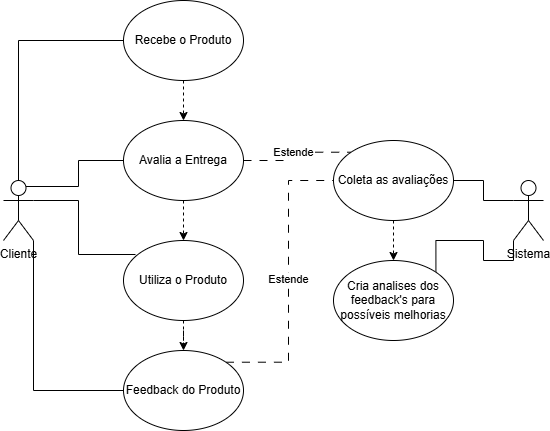
Above: A1/users-cases/Fluxo feedback.png in phbrugnolo/software-architecture (draw.io), before the change. Source tidied: cells renumbered, new cells last; positions are measured from the earlier drawing's top-left corner, leaving out a move shared by most shapes.
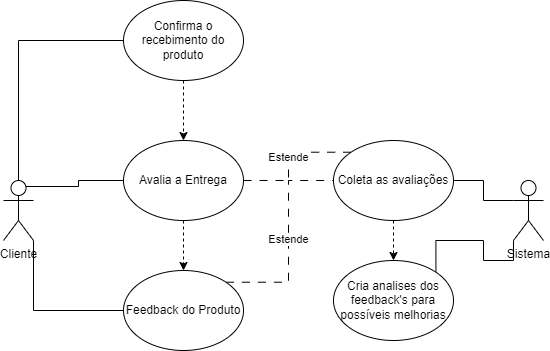
After the commit.

Commit message:
Ajustes nos fluxogramas

What changed in the source:
```diff
@@ -17,33 +17,24 @@
     <mxCell id="6" style="edgeStyle=orthogonalEdgeStyle;rounded=0;jettySize=auto;html=1;dashed=1;" parent="1" edge="1" source="7" target="10">
       <mxGeometry relative="1" as="geometry" />
     </mxCell>
-    <mxCell id="7" value="Recebe o Produto" style="ellipse;whiteSpace=wrap;html=1;" parent="1" vertex="1">
+    <mxCell id="7" value="Confirma o recebimento do produto" style="ellipse;whiteSpace=wrap;html=1;" parent="1" vertex="1">
       <mxGeometry x="120" width="120" height="80" as="geometry" />
     </mxCell>
-    <mxCell id="8" style="edgeStyle=orthogonalEdgeStyle;rounded=0;jettySize=auto;html=1;endArrow=classic;endFill=1;dashed=1;" parent="1" edge="1" source="10" target="12">
+    <mxCell id="8" style="edgeStyle=orthogonalEdgeStyle;rounded=0;jettySize=auto;html=1;endArrow=classic;endFill=1;dashed=1;entryX=0.5;entryY=0;entryDx=0;entryDy=0;" parent="1" edge="1" source="10" target="14">
       <mxGeometry relative="1" as="geometry" />
     </mxCell>
     <mxCell id="9" value="Estende" style="edgeStyle=orthogonalEdgeStyle;rounded=0;jettySize=auto;html=1;exitX=1;exitY=0.5;exitDx=0;exitDy=0;entryX=0;entryY=0;entryDx=0;entryDy=0;dashed=1;dashPattern=8 8;endArrow=none;endFill=0;" parent="1" edge="1" source="10" target="20">
       <mxGeometry relative="1" as="geometry" />
     </mxCell>
     <mxCell id="10" value="Avalia a Entrega" style="ellipse;whiteSpace=wrap;html=1;" parent="1" vertex="1">
-      <mxGeometry x="120" y="120" width="120" height="80" as="geometry" />
+      <mxGeometry x="120" y="140" width="120" height="80" as="geometry" />
     </mxCell>
-    <mxCell id="11" style="edgeStyle=orthogonalEdgeStyle;rounded=0;jettySize=auto;html=1;dashed=1;" parent="1" edge="1" source="12" target="14">
-      <mxGeometry relative="1" as="geometry" />
-    </mxCell>
-    <mxCell id="12" value="Utiliza o Produto" style="ellipse;whiteSpace=wrap;html=1;" parent="1" vertex="1">
-      <mxGeometry x="120" y="240" width="120" height="80" as="geometry" />
-    </mxCell>
     <mxCell id="13" value="Estende" style="edgeStyle=orthogonalEdgeStyle;rounded=0;jettySize=auto;html=1;exitX=1;exitY=0;exitDx=0;exitDy=0;entryX=0;entryY=0.5;entryDx=0;entryDy=0;dashed=1;dashPattern=8 8;endArrow=none;endFill=0;" parent="1" edge="1" source="14" target="20">
       <mxGeometry relative="1" as="geometry" />
     </mxCell>
     <mxCell id="14" value="Feedback do Produto" style="ellipse;whiteSpace=wrap;html=1;" parent="1" vertex="1">
-      <mxGeometry x="120" y="350" width="120" height="80" as="geometry" />
+      <mxGeometry x="120" y="270" width="120" height="80" as="geometry" />
     </mxCell>
-    <mxCell id="15" style="edgeStyle=orthogonalEdgeStyle;rounded=0;jettySize=auto;html=1;exitX=1;exitY=0.3333333333333333;exitDx=0;exitDy=0;exitPerimeter=0;entryX=0.1;entryY=0.175;entryDx=0;entryDy=0;entryPerimeter=0;endArrow=none;endFill=0;" parent="1" edge="1" source="5" target="12">
-      <mxGeometry relative="1" as="geometry" />
-    </mxCell>
     <mxCell id="16" style="edgeStyle=orthogonalEdgeStyle;rounded=0;jettySize=auto;html=1;exitX=0;exitY=0.3333333333333333;exitDx=0;exitDy=0;exitPerimeter=0;entryX=1;entryY=0.5;entryDx=0;entryDy=0;endArrow=none;endFill=0;" parent="1" edge="1" source="18" target="20">
       <mxGeometry relative="1" as="geometry" />
     </mxCell>
```
